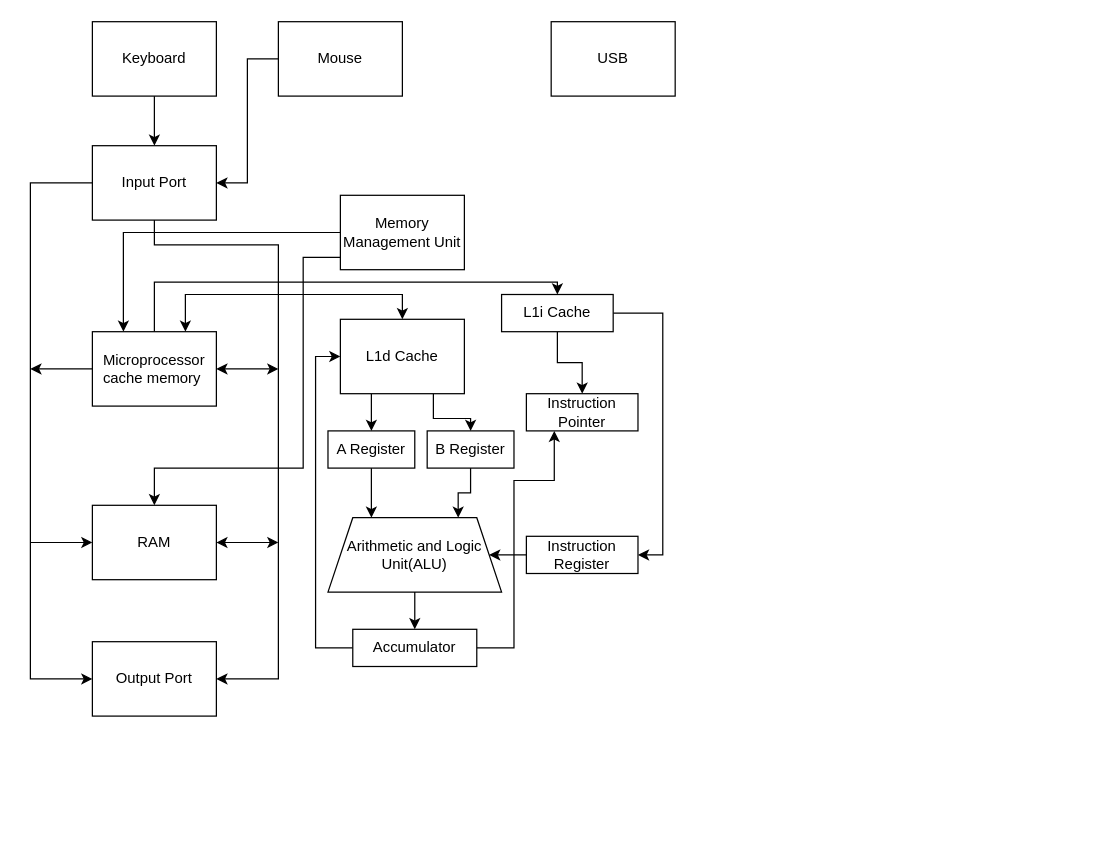
Before: Assignment1.drawio in CoCoYJAickson/SFWR-TECH-3OS3, a draw.io diagram. Source tidied: cells renumbered, new cells numbered last; positions are measured from the earlier drawing's top-left corner, leaving out a move shared by most shapes. Both pictures are drawn from the tidied source at 124%, with x=0, y=0 at pixel (30, 21).
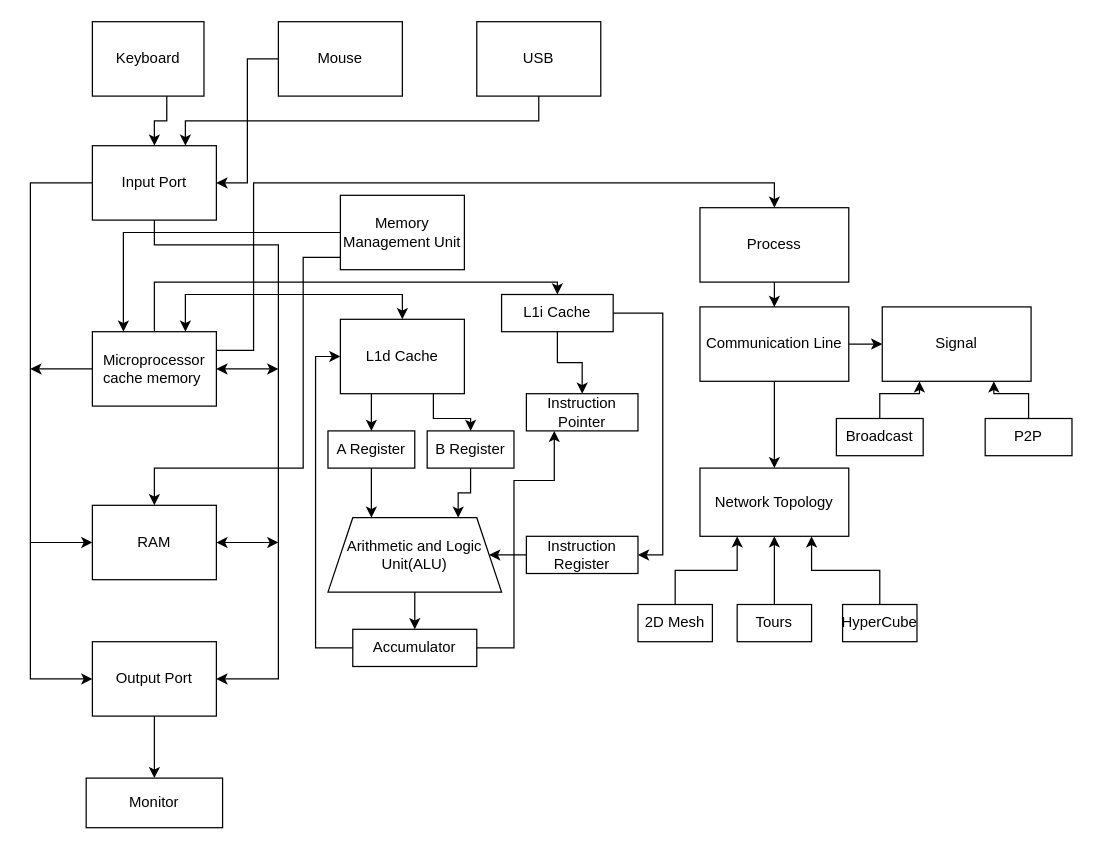
Above is the later version.

Unchanged cells that the change refers to:
```xml
<mxCell id="9" value="Input Port" style="rounded=0;whiteSpace=wrap;html=1;" parent="1" vertex="1">
  <mxGeometry x="50" y="100" width="100" height="60" as="geometry" />
</mxCell>
<mxCell id="11" value="Microprocessor cache memory&amp;nbsp;" style="rounded=0;whiteSpace=wrap;html=1;" parent="1" vertex="1">
  <mxGeometry x="50" y="250" width="100" height="60" as="geometry" />
</mxCell>
<mxCell id="13" value="Output Port" style="rounded=0;whiteSpace=wrap;html=1;" parent="1" vertex="1">
  <mxGeometry x="50" y="500" width="100" height="60" as="geometry" />
</mxCell>
```

What changed in the source:
```diff
@@
     <mxCell id="2" style="edgeStyle=orthogonalEdgeStyle;rounded=0;jettySize=auto;html=1;entryX=0.5;entryY=0;entryDx=0;entryDy=0;" parent="1" edge="1" source="3" target="9">
-      <mxGeometry relative="1" as="geometry" />
+      <mxGeometry relative="1" as="geometry">
+        <Array as="points">
+          <mxPoint x="110" y="80" />
+          <mxPoint x="100" y="80" />
+        </Array>
+      </mxGeometry>
     </mxCell>
     <mxCell id="3" value="Keyboard" style="rounded=0;whiteSpace=wrap;html=1;" parent="1" vertex="1">
-      <mxGeometry x="50" width="100" height="60" as="geometry" />
+      <mxGeometry x="50" width="90" height="60" as="geometry" />
     </mxCell>
@@
+    <mxCell id="40" style="edgeStyle=orthogonalEdgeStyle;rounded=0;jettySize=auto;html=1;entryX=0.75;entryY=0;entryDx=0;entryDy=0;" parent="1" edge="1" source="6" target="9">
+      <mxGeometry relative="1" as="geometry">
+        <Array as="points">
+          <mxPoint x="410" y="80" />
+          <mxPoint x="125" y="80" />
+        </Array>
+      </mxGeometry>
+    </mxCell>
     <mxCell id="6" value="USB" style="rounded=0;whiteSpace=wrap;html=1;" parent="1" vertex="1">
-      <mxGeometry x="420" width="100" height="60" as="geometry" />
+      <mxGeometry x="360" width="100" height="60" as="geometry" />
     </mxCell>
@@
+    <mxCell id="41" style="edgeStyle=orthogonalEdgeStyle;rounded=0;jettySize=auto;html=1;exitX=1;exitY=0.25;exitDx=0;exitDy=0;entryX=0.5;entryY=0;entryDx=0;entryDy=0;" parent="1" edge="1" source="11" target="44">
+      <mxGeometry relative="1" as="geometry">
+        <Array as="points">
+          <mxPoint x="180" y="265" />
+          <mxPoint x="180" y="130" />
+          <mxPoint x="600" y="130" />
+        </Array>
+      </mxGeometry>
+    </mxCell>
@@
+    <mxCell id="42" style="edgeStyle=orthogonalEdgeStyle;rounded=0;jettySize=auto;html=1;entryX=0.5;entryY=0;entryDx=0;entryDy=0;" parent="1" edge="1" source="13" target="60">
+      <mxGeometry relative="1" as="geometry" />
+    </mxCell>
@@
+    <mxCell id="43" style="edgeStyle=orthogonalEdgeStyle;rounded=0;jettySize=auto;html=1;" parent="1" edge="1" source="44" target="47">
+      <mxGeometry relative="1" as="geometry" />
+    </mxCell>
+    <mxCell id="44" value="Process" style="rounded=0;whiteSpace=wrap;html=1;" parent="1" vertex="1">
+      <mxGeometry x="540" y="150" width="120" height="60" as="geometry" />
+    </mxCell>
+    <mxCell id="45" style="edgeStyle=orthogonalEdgeStyle;rounded=0;jettySize=auto;html=1;entryX=0;entryY=0.5;entryDx=0;entryDy=0;" parent="1" edge="1" source="47" target="48">
+      <mxGeometry relative="1" as="geometry" />
+    </mxCell>
+    <mxCell id="46" style="edgeStyle=orthogonalEdgeStyle;rounded=0;jettySize=auto;html=1;entryX=0.5;entryY=0;entryDx=0;entryDy=0;" parent="1" edge="1" source="47" target="53">
+      <mxGeometry relative="1" as="geometry" />
+    </mxCell>
+    <mxCell id="47" value="Communication Line" style="rounded=0;whiteSpace=wrap;html=1;" parent="1" vertex="1">
+      <mxGeometry x="540" y="230" width="120" height="60" as="geometry" />
+    </mxCell>
+    <mxCell id="48" value="Signal" style="rounded=0;whiteSpace=wrap;html=1;" parent="1" vertex="1">
+      <mxGeometry x="687" y="230" width="120" height="60" as="geometry" />
+    </mxCell>
+    <mxCell id="49" style="edgeStyle=orthogonalEdgeStyle;rounded=0;jettySize=auto;html=1;exitX=0.5;exitY=0;exitDx=0;exitDy=0;entryX=0.25;entryY=1;entryDx=0;entryDy=0;" parent="1" edge="1" source="50" target="48">
+      <mxGeometry relative="1" as="geometry" />
+    </mxCell>
+    <mxCell id="50" value="Broadcast" style="rounded=0;whiteSpace=wrap;html=1;" parent="1" vertex="1">
+      <mxGeometry x="650" y="320" width="70" height="30" as="geometry" />
+    </mxCell>
+    <mxCell id="51" style="edgeStyle=orthogonalEdgeStyle;rounded=0;jettySize=auto;html=1;entryX=0.75;entryY=1;entryDx=0;entryDy=0;" parent="1" edge="1" source="52" target="48">
+      <mxGeometry relative="1" as="geometry" />
+    </mxCell>
+    <mxCell id="52" value="P2P" style="rounded=0;whiteSpace=wrap;html=1;" parent="1" vertex="1">
+      <mxGeometry x="770" y="320" width="70" height="30" as="geometry" />
+    </mxCell>
+    <mxCell id="53" value="Network Topology" style="rounded=0;whiteSpace=wrap;html=1;" parent="1" vertex="1">
+      <mxGeometry x="540" y="360" width="120" height="55" as="geometry" />
+    </mxCell>
+    <mxCell id="54" style="edgeStyle=orthogonalEdgeStyle;rounded=0;jettySize=auto;html=1;entryX=0.25;entryY=1;entryDx=0;entryDy=0;" parent="1" edge="1" source="55" target="53">
+      <mxGeometry relative="1" as="geometry" />
+    </mxCell>
+    <mxCell id="55" value="2D Mesh" style="rounded=0;whiteSpace=wrap;html=1;" parent="1" vertex="1">
+      <mxGeometry x="490" y="470" width="60" height="30" as="geometry" />
+    </mxCell>
+    <mxCell id="56" style="edgeStyle=orthogonalEdgeStyle;rounded=0;jettySize=auto;html=1;entryX=0.5;entryY=1;entryDx=0;entryDy=0;" parent="1" edge="1" source="57" target="53">
+      <mxGeometry relative="1" as="geometry" />
+    </mxCell>
+    <mxCell id="57" value="Tours" style="rounded=0;whiteSpace=wrap;html=1;" parent="1" vertex="1">
+      <mxGeometry x="570" y="470" width="60" height="30" as="geometry" />
+    </mxCell>
+    <mxCell id="58" style="edgeStyle=orthogonalEdgeStyle;rounded=0;jettySize=auto;html=1;entryX=0.75;entryY=1;entryDx=0;entryDy=0;" parent="1" edge="1" source="59" target="53">
+      <mxGeometry relative="1" as="geometry" />
+    </mxCell>
+    <mxCell id="59" value="HyperCube" style="rounded=0;whiteSpace=wrap;html=1;" parent="1" vertex="1">
+      <mxGeometry x="655" y="470" width="60" height="30" as="geometry" />
+    </mxCell>
+    <mxCell id="60" value="Monitor" style="rounded=0;whiteSpace=wrap;html=1;" parent="1" vertex="1">
+      <mxGeometry x="45" y="610" width="110" height="40" as="geometry" />
+    </mxCell>
```
